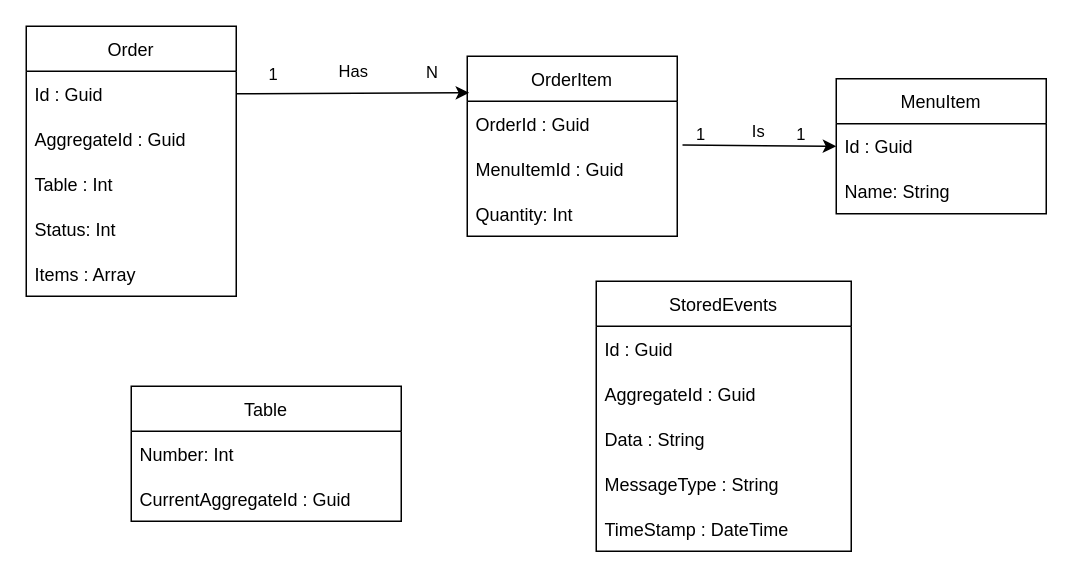
RobertoFreireFerrazPassos/EventSourcing-and-Cqrs keeps this draw.io diagram as Images/kitchenschema.drawio. Above is the earlier version. Source tidied: cells renumbered, new cells numbered last; positions are measured from the earlier drawing's top-left corner, leaving out a move shared by most shapes. Both pictures are drawn from the tidied source at 150%, with x=0, y=0 at pixel (26, 26).
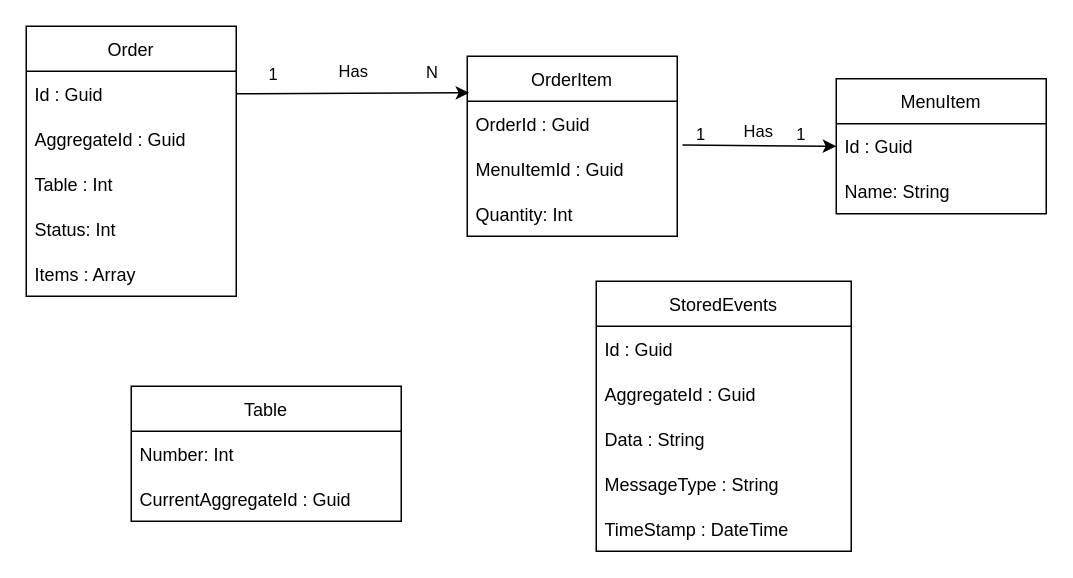
The same page after the edit.

Commit message (it also covers changes not shown here):
Update kitchen schema

Unchanged cells that the change refers to:
```xml
<mxCell id="19" style="endArrow=classic;html=1;exitX=1.025;exitY=-0.027;exitDx=0;exitDy=0;exitPerimeter=0;entryX=0;entryY=0.5;entryDx=0;entryDy=0;" parent="1" edge="1" source="13" target="3">
  <mxGeometry relative="1" as="geometry" />
</mxCell>
```

Diff of the diagram source:
```diff
@@
-    <mxCell id="20" value="Is" style="edgeLabel;html=1;align=center;verticalAlign=middle;" parent="19" vertex="1">
+    <mxCell id="20" value="Has" style="edgeLabel;html=1;align=center;verticalAlign=middle;" parent="19" vertex="1">
       <mxGeometry relative="1" as="geometry">
         <mxPoint x="-1" y="-10" as="offset" />
       </mxGeometry>
     </mxCell>
```
